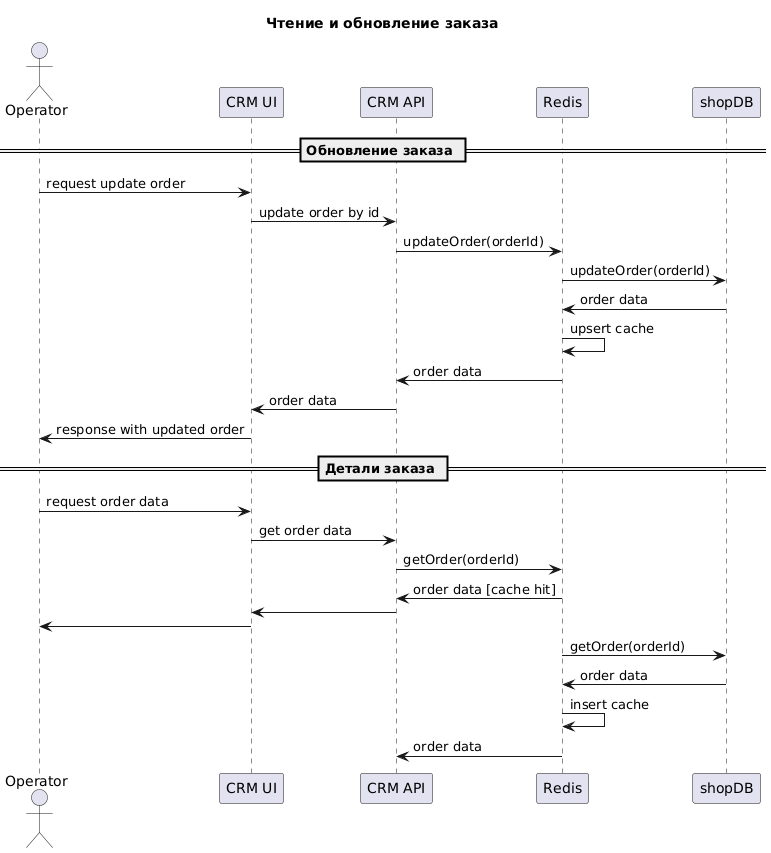
This is Exc5/exc5.png from pacahon/architecture-sprint-4, a PlantUML export, as it was before one commit.
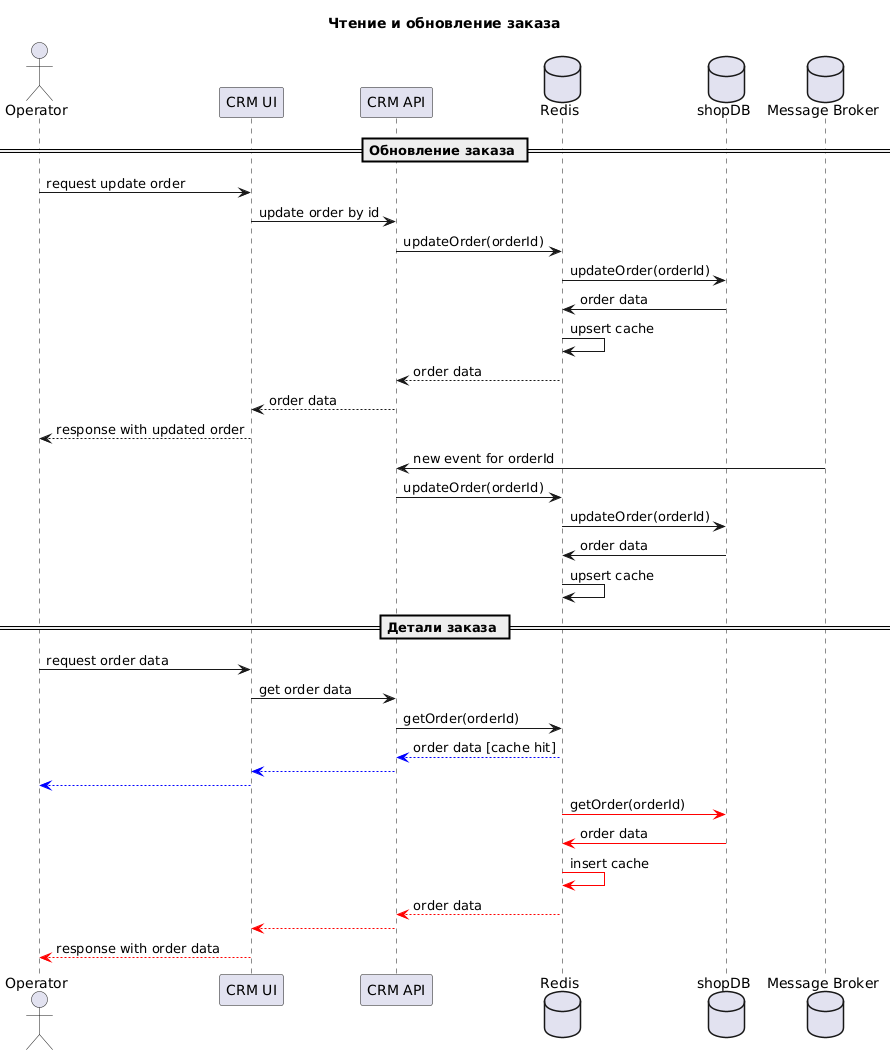
After the commit.

Change to the diagram source:
```diff
@@ -5,8 +5,9 @@
 
 participant ui as "CRM UI"
 participant api as "CRM API"
-participant cache as "Redis"
-participant db as "shopDB"
+database cache as "Redis"
+database db as "shopDB"
+database mb as "Message Broker"
 
 == Обновление заказа ==
 
@@ -22,11 +23,21 @@
 
 cache -> cache : upsert cache
 
-cache -> api : order data
+cache --> api : order data
 
-api -> ui : order data
+api --> ui : order data
 
-ui -> op : response with updated order
+ui --> op : response with updated order
+
+mb -> api: new event for orderId
+
+api -> cache : updateOrder(orderId)
+
+cache -> db : updateOrder(orderId)
+
+db -> cache : order data
+
+cache -> cache : upsert cache
 
 
 
@@ -38,17 +49,21 @@
 
 api -> cache: getOrder(orderId)
 
-cache -> api: order data [cache hit]
+cache -[#0000FF]-> api: order data [cache hit]
 
-api -> ui
+api -[#0000FF]-> ui
 
-ui -> op
+ui -[#0000FF]-> op
 
-cache -> db: getOrder(orderId)
+cache [#red]-> db: getOrder(orderId)
 
-db -> cache: order data
+db [#red]-> cache: order data
 
-cache -> cache: insert cache
+cache [#red]-> cache: insert cache
 
-cache -> api: order data
+cache -[#red]-> api: order data
+
+api -[#red]-> ui
+
+ui -[#red]-> op: response with order data
 @enduml
```
